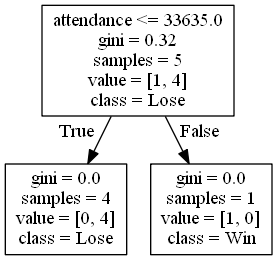
The Graphviz diagram DecisionTrees/Mountain Westdecision_tree_no_score15.png in alexana-steck/CSE482Project, before a commit. Its source is kept beside it as DecisionTrees/Mountain Westdecision_tree_no_score15.dot.
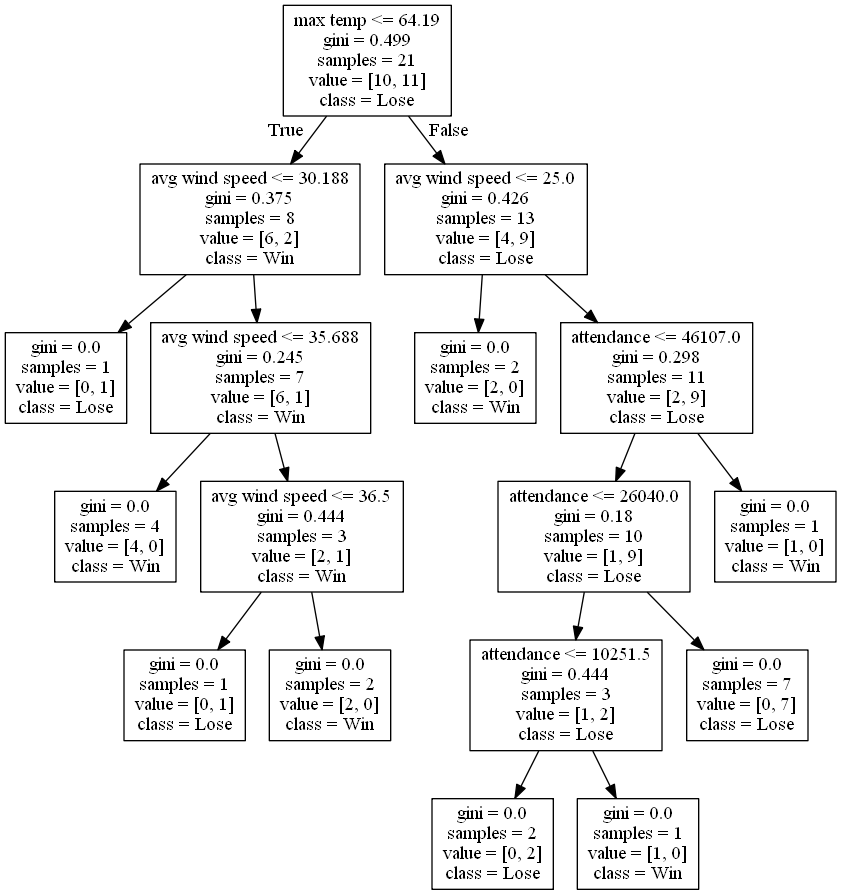
After the commit.

Change to the diagram source:
```diff
@@ -1,8 +1,36 @@
 digraph Tree {
 node [shape=box] ;
-0 [label="attendance <= 33635.0\ngini = 0.32\nsamples = 5\nvalue = [1, 4]\nclass = Lose"] ;
-1 [label="gini = 0.0\nsamples = 4\nvalue = [0, 4]\nclass = Lose"] ;
+0 [label="max temp <= 64.19\ngini = 0.499\nsamples = 21\nvalue = [10, 11]\nclass = Lose"] ;
+1 [label="avg wind speed <= 30.188\ngini = 0.375\nsamples = 8\nvalue = [6, 2]\nclass = Win"] ;
 0 -> 1 [labeldistance=2.5, labelangle=45, headlabel="True"] ;
-2 [label="gini = 0.0\nsamples = 1\nvalue = [1, 0]\nclass = Win"] ;
-0 -> 2 [labeldistance=2.5, labelangle=-45, headlabel="False"] ;
+2 [label="gini = 0.0\nsamples = 1\nvalue = [0, 1]\nclass = Lose"] ;
+1 -> 2 ;
+3 [label="avg wind speed <= 35.688\ngini = 0.245\nsamples = 7\nvalue = [6, 1]\nclass = Win"] ;
+1 -> 3 ;
+4 [label="gini = 0.0\nsamples = 4\nvalue = [4, 0]\nclass = Win"] ;
+3 -> 4 ;
+5 [label="avg wind speed <= 36.5\ngini = 0.444\nsamples = 3\nvalue = [2, 1]\nclass = Win"] ;
+3 -> 5 ;
+6 [label="gini = 0.0\nsamples = 1\nvalue = [0, 1]\nclass = Lose"] ;
+5 -> 6 ;
+7 [label="gini = 0.0\nsamples = 2\nvalue = [2, 0]\nclass = Win"] ;
+5 -> 7 ;
+8 [label="avg wind speed <= 25.0\ngini = 0.426\nsamples = 13\nvalue = [4, 9]\nclass = Lose"] ;
+0 -> 8 [labeldistance=2.5, labelangle=-45, headlabel="False"] ;
+9 [label="gini = 0.0\nsamples = 2\nvalue = [2, 0]\nclass = Win"] ;
+8 -> 9 ;
+10 [label="attendance <= 46107.0\ngini = 0.298\nsamples = 11\nvalue = [2, 9]\nclass = Lose"] ;
+8 -> 10 ;
+11 [label="attendance <= 26040.0\ngini = 0.18\nsamples = 10\nvalue = [1, 9]\nclass = Lose"] ;
+10 -> 11 ;
+12 [label="attendance <= 10251.5\ngini = 0.444\nsamples = 3\nvalue = [1, 2]\nclass = Lose"] ;
+11 -> 12 ;
+13 [label="gini = 0.0\nsamples = 2\nvalue = [0, 2]\nclass = Lose"] ;
+12 -> 13 ;
+14 [label="gini = 0.0\nsamples = 1\nvalue = [1, 0]\nclass = Win"] ;
+12 -> 14 ;
+15 [label="gini = 0.0\nsamples = 7\nvalue = [0, 7]\nclass = Lose"] ;
+11 -> 15 ;
+16 [label="gini = 0.0\nsamples = 1\nvalue = [1, 0]\nclass = Win"] ;
+10 -> 16 ;
 }
```
